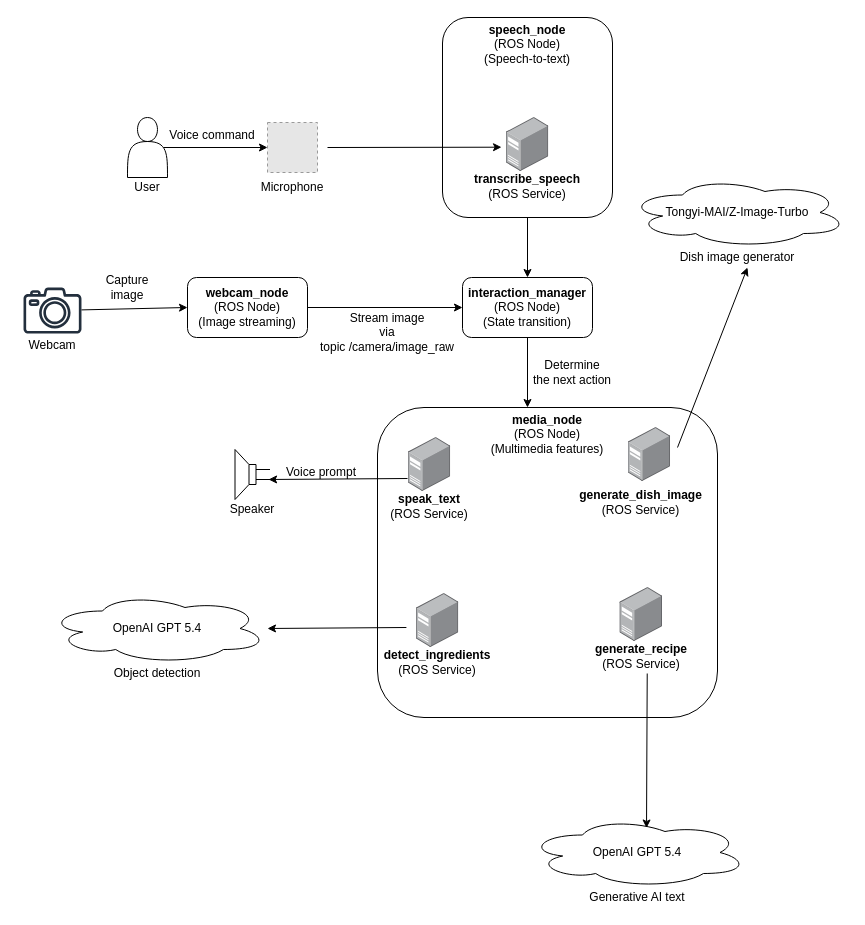
Above: SYSTEM-DIAGRAM.drawio in iamdejan/chef-robot-assistant (draw.io), before the change. Source tidied: cells renumbered, new cells numbered last; positions are measured from the earlier drawing's top-left corner, leaving out a move shared by most shapes. Both pictures are drawn from the tidied source at 100%, with x=0, y=0 at pixel (17, 17). Pictures stored in the file or linked from it are replaced by grey dashed boxes.
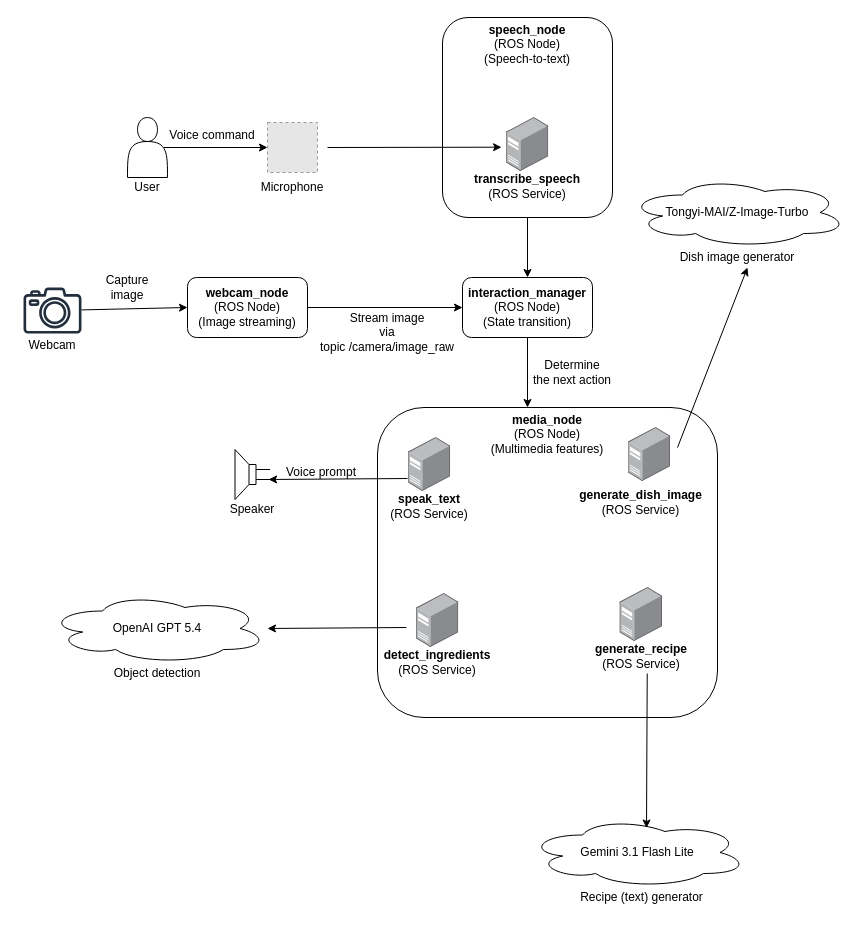
The same page after the edit.

Commit message (it also covers changes not shown here):
fix typo on system diagram

Unchanged cells that the change refers to:
```xml
<mxCell id="50" style="group;" parent="1" vertex="1">
  <mxGeometry x="510" y="800" width="220" height="90" as="geometry" />
</mxCell>
```

Diff of the diagram source:
```diff
@@
-    <mxCell id="51" value="OpenAI GPT 5.4" style="ellipse;shape=cloud;whiteSpace=wrap;html=1;" parent="50" vertex="1">
+    <mxCell id="51" value="Gemini 3.1 Flash Lite" style="ellipse;shape=cloud;whiteSpace=wrap;html=1;" parent="50" vertex="1">
       <mxGeometry width="220" height="70" as="geometry" />
     </mxCell>
-    <mxCell id="52" value="Generative AI text" style="text;html=1;whiteSpace=wrap;strokeColor=none;fillColor=none;align=center;verticalAlign=middle;rounded=0;" parent="50" vertex="1">
-      <mxGeometry x="50" y="70" width="120" height="20" as="geometry" />
+    <mxCell id="52" value="Recipe (text) generator" style="text;html=1;whiteSpace=wrap;strokeColor=none;fillColor=none;align=center;verticalAlign=middle;rounded=0;" parent="50" vertex="1">
+      <mxGeometry x="50" y="70" width="129" height="20" as="geometry" />
     </mxCell>
```
